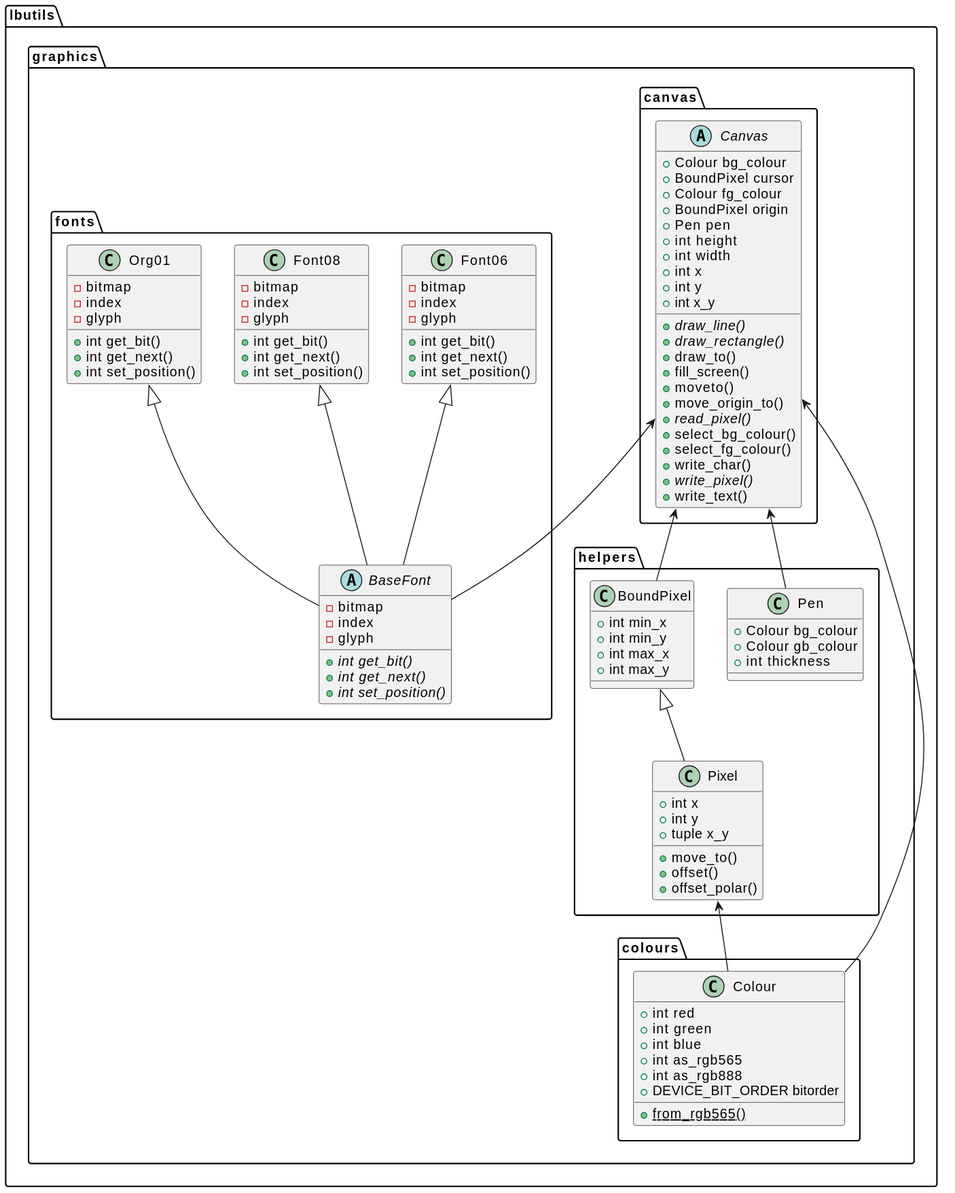
The PlantUML diagram docs/media/lbutils_graphics.svg in dlove24/lbutils, before a commit.
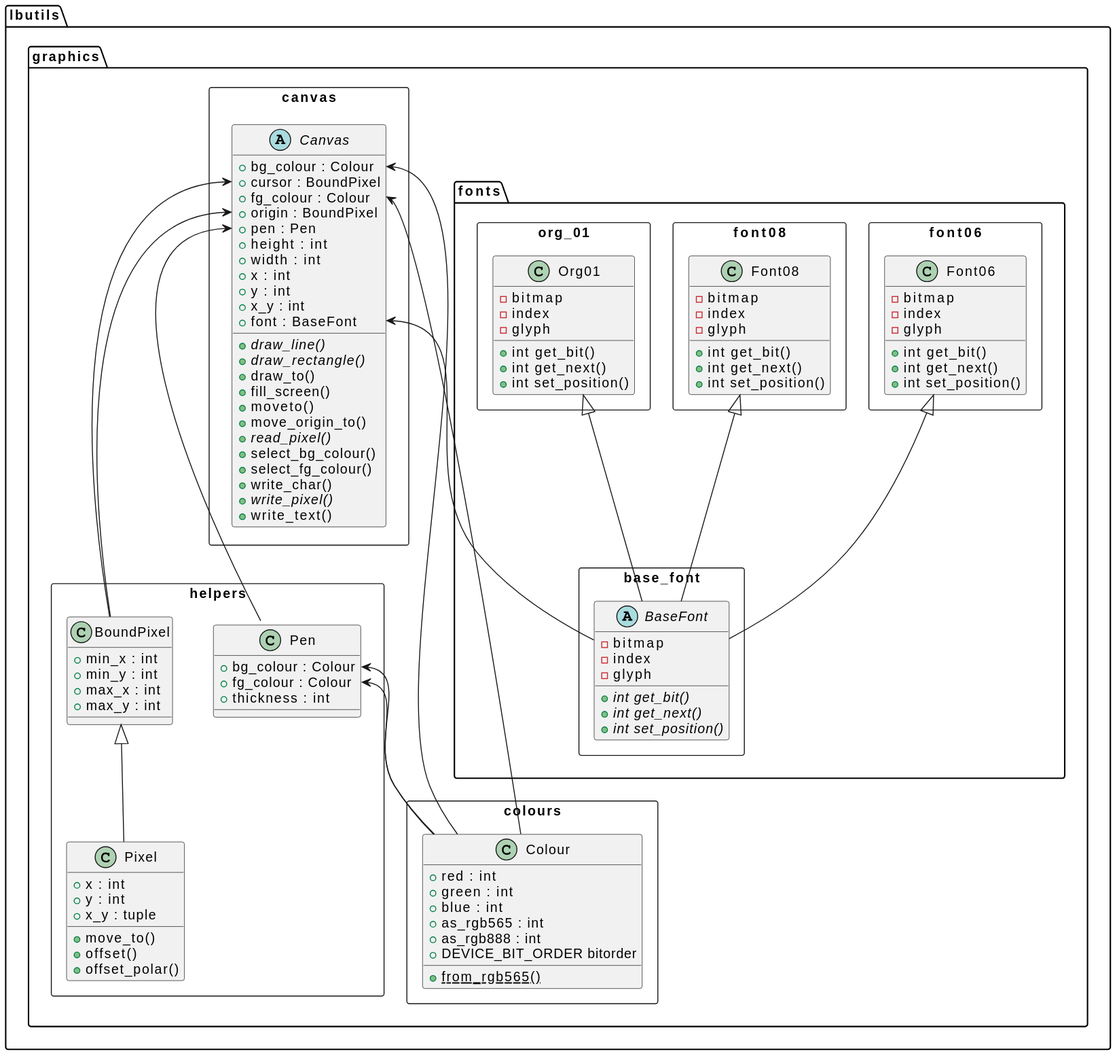
The same diagram one commit later.

The edit, as a diff of the source:
```diff
@@ -1,85 +1,93 @@
 @startuml
 namespace lbutils {
     namespace graphics {
-    namespace helpers {
+        namespace fonts {
+            namespace base_font <<Rectangle>> {
+                abstract class BaseFont {
+                    - bitmap
+                    - index
+                    - glyph
+                    {abstract} +int get_bit()
+                    {abstract} +int get_next()
+                    {abstract} +int set_position()
+                }
+            }
+            namespace font06 <<Rectangle>> {
+                class Font06 {
+                    - bitmap
+                    - index
+                    - glyph
+                    +int get_bit()
+                    +int get_next()
+                    +int set_position()
+                }
+            }
+            namespace font08 <<Rectangle>> {
+                class Font08{
+                    - bitmap
+                    - index
+                    - glyph
+                    +int get_bit()
+                    +int get_next()
+                    +int set_position()
+                }
+            }
+            namespace org_01 <<Rectangle>> {
+                class Org01{
+                    - bitmap
+                    - index
+                    - glyph
+                    +int get_bit()
+                    +int get_next()
+                    +int set_position()
+                }
+            }
+        }
+    namespace helpers <<Rectangle>> {
         class Pen {
-            +Colour bg_colour
-            +Colour gb_colour
-            +int thickness
+            + bg_colour : Colour
+            + fg_colour : Colour
+            + thickness : int
             }
         class Pixel {
-            +int x
-            +int y
-            +tuple x_y
+            + x : int
+            + y : int
+            + x_y : tuple
             +move_to()
             +offset()
             +offset_polar()
             }
         class BoundPixel {
-            +int min_x
-            +int min_y
-            +int max_x
-            +int max_y
+            + min_x : int
+            + min_y : int
+            + max_x : int
+            + max_y : int
             }
     }
-    namespace fonts {
-        abstract class BaseFont {
-            - bitmap
-            - index
-            - glyph
-            {abstract} +int get_bit()
-            {abstract} +int get_next()
-            {abstract} +int set_position()
-            }
-        class Font06 {
-            - bitmap
-            - index
-            - glyph
-            +int get_bit()
-            +int get_next()
-            +int set_position()
-            }
-        class Font08{
-            - bitmap
-            - index
-            - glyph
-            +int get_bit()
-            +int get_next()
-            +int set_position()
-            }
-        class Org01{
-            - bitmap
-            - index
-            - glyph
-            +int get_bit()
-            +int get_next()
-            +int set_position()
-            }
-
-        }
-    namespace colours {
+    namespace colours <<Rectangle>> {
         class Colour {
-            +int red
-            +int green
-            +int blue
-            +int as_rgb565
-            +int as_rgb888
+            + red : int
+            + green : int
+            + blue : int
+            + as_rgb565 : int
+            + as_rgb888 : int
             +DEVICE_BIT_ORDER bitorder
             {static} +from_rgb565()
         }
     }
-    namespace canvas {
+    namespace canvas <<Rectangle>> {
         abstract class Canvas {
-            +Colour bg_colour
-            +BoundPixel cursor
-            +Colour fg_colour
-            +BoundPixel origin
-            +Pen pen
-            +int height
-            +int width
-            +int x
-            +int y
-            +int x_y
+            + bg_colour : Colour
+            + cursor : BoundPixel
+            + fg_colour : Colour
+            + origin : BoundPixel
+            + pen : Pen
+            + height : int
+            + width : int
+            + x : int
+            + y : int
+            + x_y : int
+            + font : BaseFont
             {abstract} +draw_line()
             {abstract} +draw_rectangle()
             +draw_to()
@@ -97,15 +105,19 @@
     }
 }
 
-lbutils.graphics.fonts.Font06 <|-- lbutils.graphics.fonts.BaseFont
-lbutils.graphics.fonts.Font08 <|-- lbutils.graphics.fonts.BaseFont
-lbutils.graphics.fonts.Org01 <|-- lbutils.graphics.fonts.BaseFont
+lbutils.graphics.fonts.font06.Font06 <|-- lbutils.graphics.fonts.base_font.BaseFont
+lbutils.graphics.fonts.font08.Font08 <|-- lbutils.graphics.fonts.base_font.BaseFont
+lbutils.graphics.fonts.org_01.Org01 <|-- lbutils.graphics.fonts.base_font.BaseFont
 
-lbutils.graphics.helpers.Pixel <-- lbutils.graphics.colours.Colour
+lbutils.graphics.helpers.Pen::bg_colour <-- lbutils.graphics.colours.Colour
+lbutils.graphics.helpers.Pen::fg_colour <-- lbutils.graphics.colours.Colour
+
 lbutils.graphics.helpers.BoundPixel <|-- lbutils.graphics.helpers.Pixel
 
-lbutils.graphics.canvas.Canvas <-- lbutils.graphics.colours.Colour
-lbutils.graphics.canvas.Canvas <-- lbutils.graphics.helpers.BoundPixel
-lbutils.graphics.canvas.Canvas <-- lbutils.graphics.helpers.Pen
-lbutils.graphics.canvas.Canvas <-- lbutils.graphics.fonts.BaseFont
+lbutils.graphics.canvas.Canvas::bg_colour <-- lbutils.graphics.colours.Colour
+lbutils.graphics.canvas.Canvas::fg_colour <-- lbutils.graphics.colours.Colour
+lbutils.graphics.canvas.Canvas::cursor <-- lbutils.graphics.helpers.BoundPixel
+lbutils.graphics.canvas.Canvas::origin <-- lbutils.graphics.helpers.BoundPixel
+lbutils.graphics.canvas.Canvas::pen <-- lbutils.graphics.helpers.Pen
+lbutils.graphics.canvas.Canvas::font <-- lbutils.graphics.fonts.base_font.BaseFont
 @enduml
```
